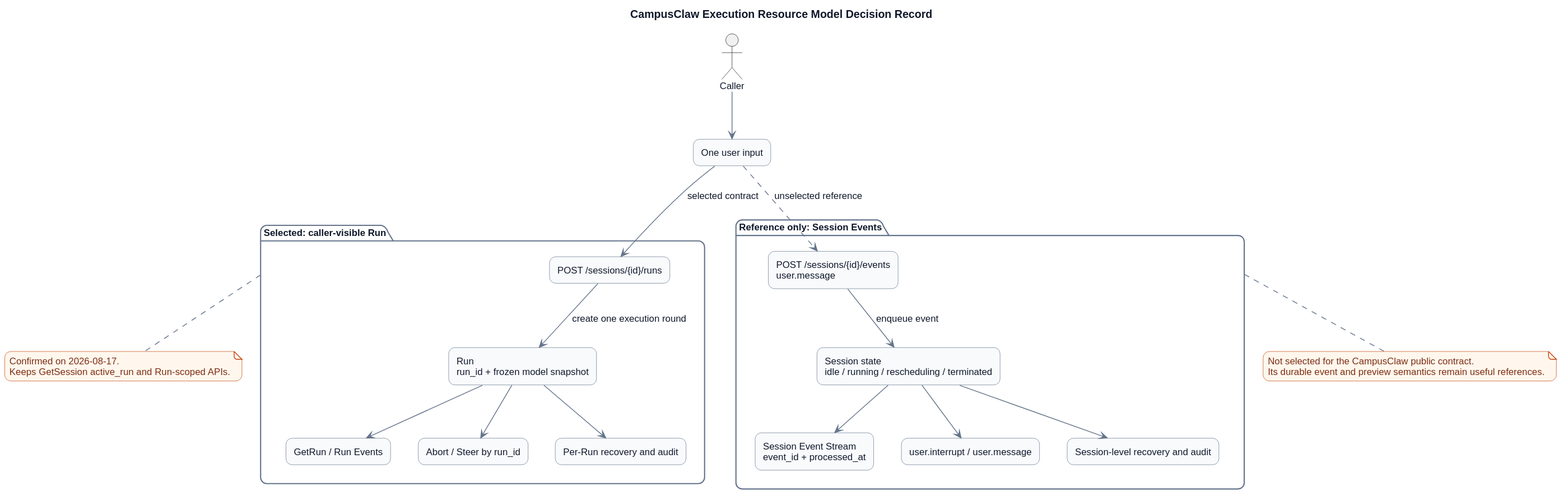
Above: pi-mono-java-manager-driven-multi-agent-runtime/http_execution_resource_model.svg in ssm0808/pi-mono-java-design (PlantUML), before the change.
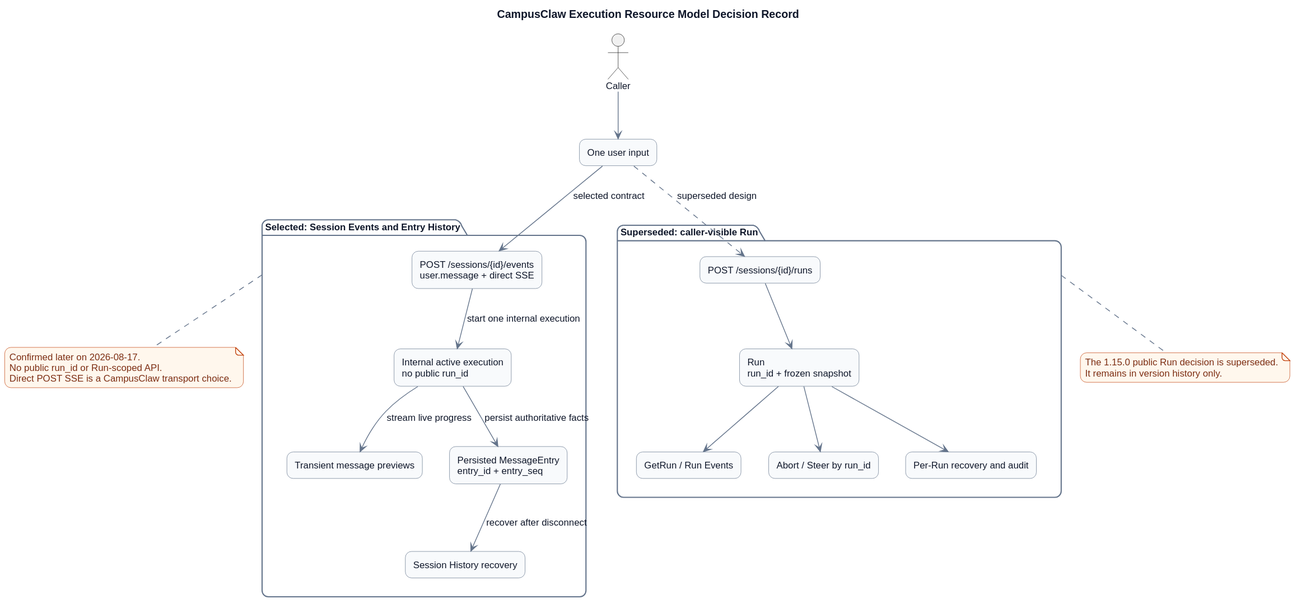
The same diagram one commit later.

What changed in the source:
```diff
@@ -28,42 +28,43 @@
 actor Caller
 rectangle "One user input" as Input
 
-package "Selected: caller-visible Run" as CandidateA {
+package "Selected: Session Events and Entry History" as CandidateA {
+  rectangle "POST /sessions/{id}/events\nuser.message + direct SSE" as SendEvent
+  rectangle "Internal active execution\nno public run_id" as Execution
+  rectangle "Transient message previews" as Preview
+  rectangle "Persisted MessageEntry\nentry_id + entry_seq" as Entry
+  rectangle "Session History recovery" as History
+}
+
+package "Superseded: caller-visible Run" as CandidateB {
   rectangle "POST /sessions/{id}/runs" as CreateRun
-  rectangle "Run\nrun_id + frozen model snapshot" as Run
+  rectangle "Run\nrun_id + frozen snapshot" as Run
   rectangle "GetRun / Run Events" as RunObserve
   rectangle "Abort / Steer by run_id" as RunControl
   rectangle "Per-Run recovery and audit" as RunAudit
 }
 
-package "Reference only: Session Events" as CandidateB {
-  rectangle "POST /sessions/{id}/events\nuser.message" as SendEvent
-  rectangle "Session state\nidle / running / rescheduling / terminated" as SessionState
-  rectangle "Session Event Stream\nevent_id + processed_at" as SessionObserve
-  rectangle "user.interrupt / user.message" as SessionControl
-  rectangle "Session-level recovery and audit" as SessionAudit
-}
+Caller --> Input
+Input --> SendEvent : selected contract
+SendEvent --> Execution : start one internal execution
+Execution --> Preview : stream live progress
+Execution --> Entry : persist authoritative facts
+Entry --> History : recover after disconnect
 
-Caller --> Input
-Input --> CreateRun : selected contract
-CreateRun --> Run : create one execution round
+Input ..> CreateRun : superseded design
+CreateRun --> Run
 Run --> RunObserve
 Run --> RunControl
 Run --> RunAudit
 
-Input ..> SendEvent : unselected reference
-SendEvent --> SessionState : enqueue event
-SessionState --> SessionObserve
-SessionState --> SessionControl
-SessionState --> SessionAudit
-
 note bottom of CandidateA
-Confirmed on 2026-08-17.
-Keeps GetSession active_run and Run-scoped APIs.
+Confirmed later on 2026-08-17.
+No public run_id or Run-scoped API.
+Direct POST SSE is a CampusClaw transport choice.
 end note
 
 note bottom of CandidateB
-Not selected for the CampusClaw public contract.
-Its durable event and preview semantics remain useful references.
+The 1.15.0 public Run decision is superseded.
+It remains in version history only.
 end note
 @enduml
```
